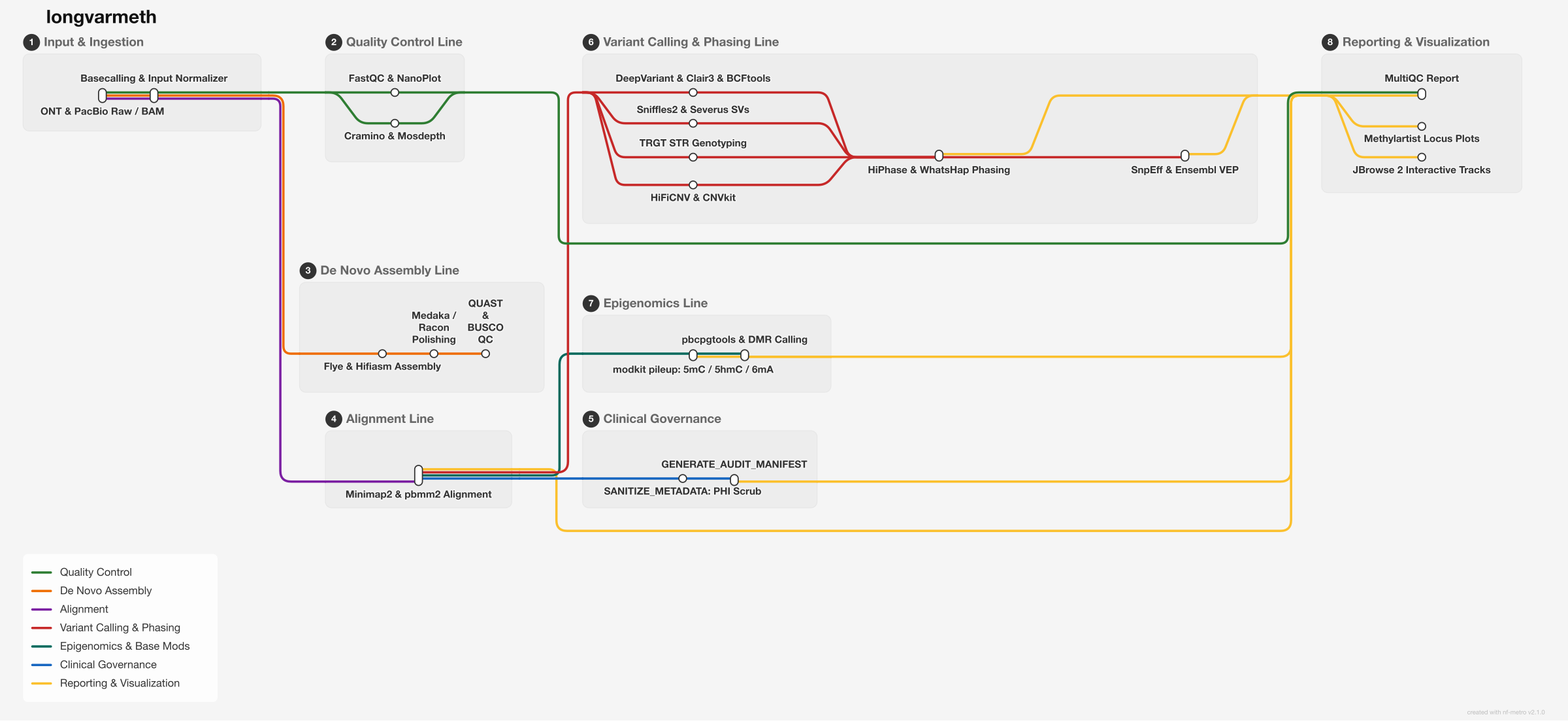
Earlier version of the Mermaid export docs/pipeline.png (JD2112/longvarmeth). Its source is kept beside it as docs/pipeline.mmd.
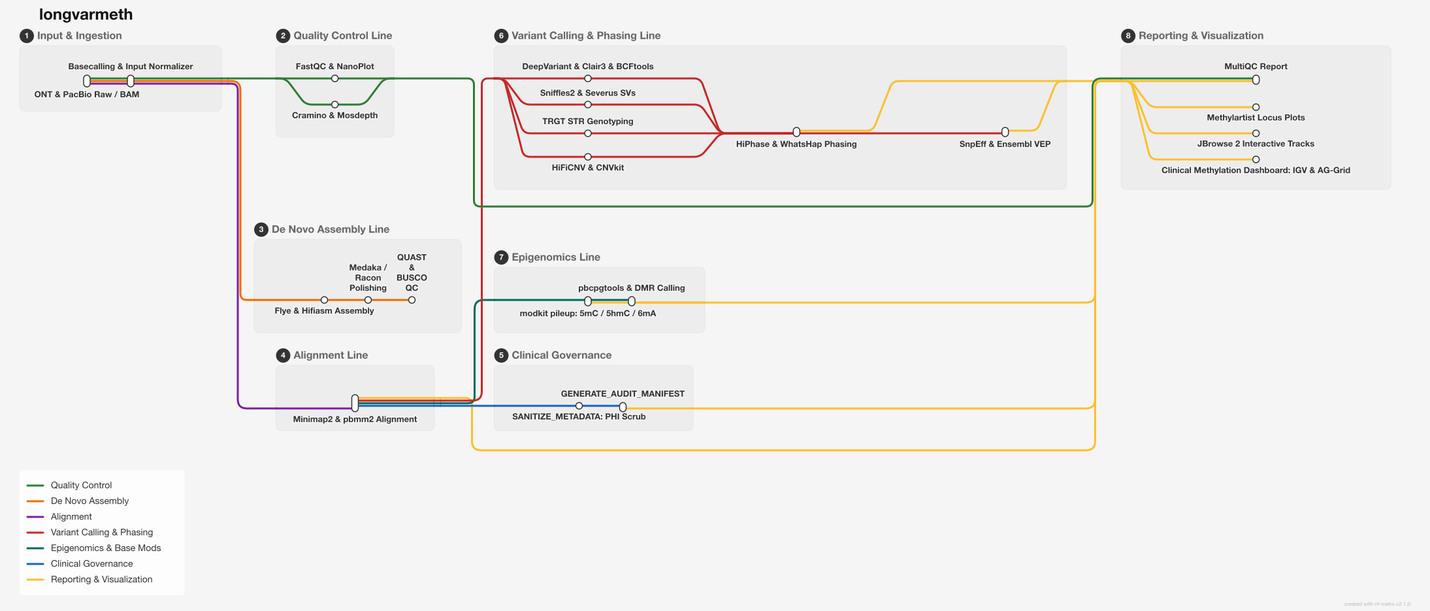
After the commit.

Change to the diagram source:
```diff
@@ -44,6 +44,7 @@
         H[MultiQC Report]
         I1[Methylartist Locus Plots]
         I2[JBrowse 2 Interactive Tracks]
+        I3[Clinical Methylation Dashboard: IGV & AG-Grid]
     end
 
     A -->|qc,assembly,alignment| B
@@ -81,4 +82,7 @@
     F5 -->|viz| I2
     F6 -->|viz| I2
     G1 -->|viz| I2
+    G1 -->|viz| I3
+    G2 -->|viz| I3
+    F5 -->|viz| I3
     GOV2 -->|viz| H
```
